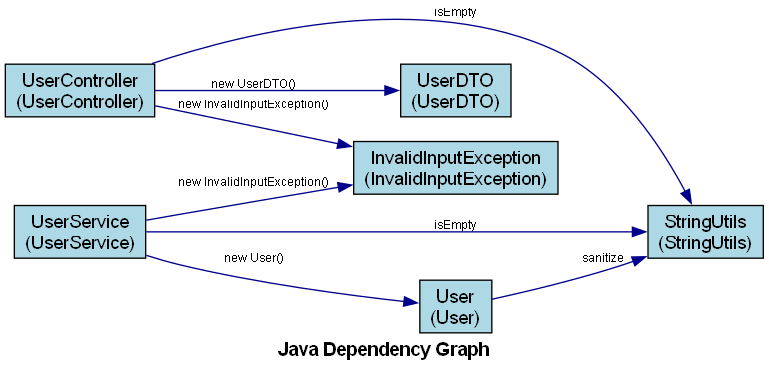
tudao164/DependGraphForJava2 keeps this Graphviz diagram as dependencies.png. Above is the earlier version. Its source is kept beside it as dependencies.dot.
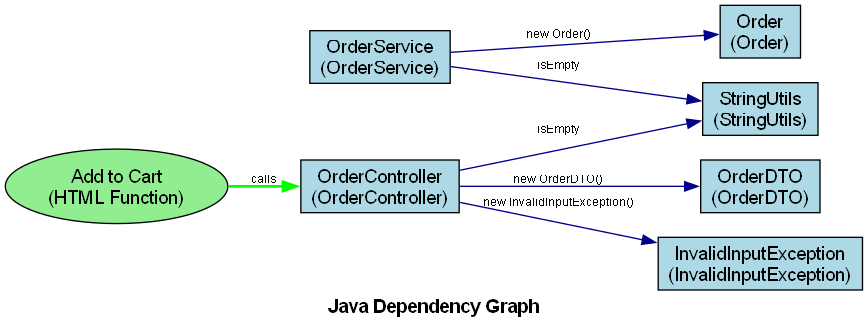
The same diagram one commit later.

Change to the diagram source:
```diff
@@ -4,18 +4,19 @@
     edge [fontname="Arial", fontsize=9, color=darkblue];
     graph [fontname="Arial Bold", fontsize=14, label="Java Dependency Graph"];
 
-    "UserController" [label="UserController\n(UserController)", URL="javascript:showNodeInfo('UserController')", fillcolor="lightblue"];
-    "UserService" [label="UserService\n(UserService)", URL="javascript:showNodeInfo('UserService')", fillcolor="lightblue"];
+    "Order" [label="Order\n(Order)", URL="javascript:showNodeInfo('Order')", fillcolor="lightblue"];
+    "OrderService" [label="OrderService\n(OrderService)", URL="javascript:showNodeInfo('OrderService')", fillcolor="lightblue"];
+    "OrderDTO" [label="OrderDTO\n(OrderDTO)", URL="javascript:showNodeInfo('OrderDTO')", fillcolor="lightblue"];
+    "OrderController" [label="OrderController\n(OrderController)", URL="javascript:showNodeInfo('OrderController')", fillcolor="lightblue"];
+    "StringUtils" [label="StringUtils\n(StringUtils)", URL="javascript:showNodeInfo('StringUtils')", fillcolor="lightblue"];
     "InvalidInputException" [label="InvalidInputException\n(InvalidInputException)", URL="javascript:showNodeInfo('InvalidInputException')", fillcolor="lightblue"];
-    "StringUtils" [label="StringUtils\n(StringUtils)", URL="javascript:showNodeInfo('StringUtils')", fillcolor="lightblue"];
-    "User" [label="User\n(User)", URL="javascript:showNodeInfo('User')", fillcolor="lightblue"];
-    "UserDTO" [label="UserDTO\n(UserDTO)", URL="javascript:showNodeInfo('UserDTO')", fillcolor="lightblue"];
 
-    "UserController" -> "StringUtils" [label="isEmpty", URL="javascript:showEdgeInfo('UserController', 'StringUtils')"];
-    "UserController" -> "InvalidInputException" [label="new InvalidInputException()", URL="javascript:showEdgeInfo('UserController', 'InvalidInputException')"];
-    "UserController" -> "UserDTO" [label="new UserDTO()", URL="javascript:showEdgeInfo('UserController', 'UserDTO')"];
-    "User" -> "StringUtils" [label="sanitize", URL="javascript:showEdgeInfo('User', 'StringUtils')"];
-    "UserService" -> "StringUtils" [label="isEmpty", URL="javascript:showEdgeInfo('UserService', 'StringUtils')"];
-    "UserService" -> "InvalidInputException" [label="new InvalidInputException()", URL="javascript:showEdgeInfo('UserService', 'InvalidInputException')"];
-    "UserService" -> "User" [label="new User()", URL="javascript:showEdgeInfo('UserService', 'User')"];
+    "OrderController" -> "StringUtils" [label="isEmpty", URL="javascript:showEdgeInfo('OrderController', 'StringUtils')"];
+    "OrderController" -> "InvalidInputException" [label="new InvalidInputException()", URL="javascript:showEdgeInfo('OrderController', 'InvalidInputException')"];
+    "OrderController" -> "OrderDTO" [label="new OrderDTO()", URL="javascript:showEdgeInfo('OrderController', 'OrderDTO')"];
+    "OrderService" -> "StringUtils" [label="isEmpty", URL="javascript:showEdgeInfo('OrderService', 'StringUtils')"];
+    "OrderService" -> "Order" [label="new Order()", URL="javascript:showEdgeInfo('OrderService', 'Order')"];
+
+    "HTML_Add_to_Cart" [label="Add to Cart\n(HTML Function)", URL="javascript:showNodeInfo('HTML_Add_to_Cart')", fillcolor="lightgreen", shape="ellipse"];
+    "HTML_Add_to_Cart" -> "OrderController" [label="calls", URL="javascript:showEdgeInfo('HTML_Add_to_Cart', 'OrderController')", color="green", style="bold"];
 }
```
